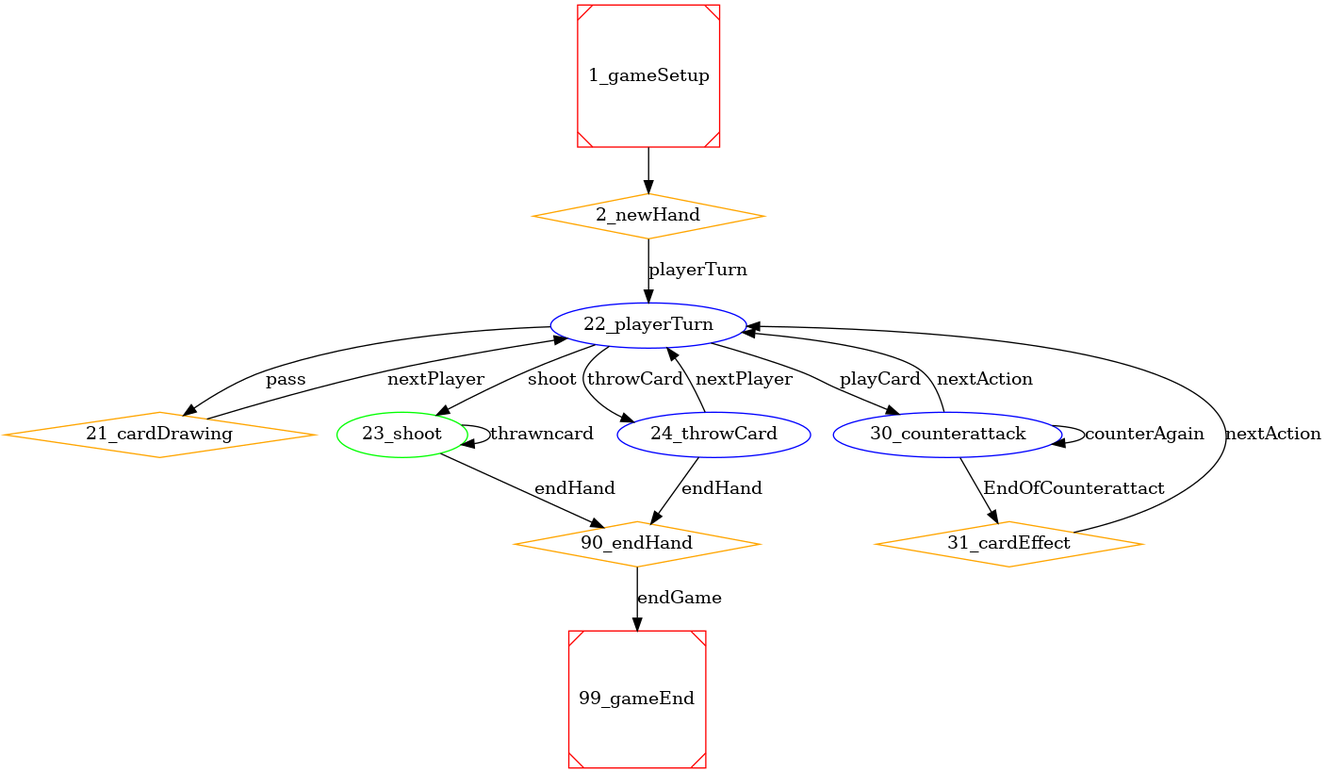
This is graph.png from Leocheung0725/bga-aniversus, a Graphviz export, as it was before one commit. Its source is kept beside it as graph.dot. Its diagram source:
```dot
digraph D {
n1 [label="1_gameSetup" color=red shape=Msquare];
n2 [label="2_newHand" color=orange shape=diamond];
n21 [label="21_cardDrawing" color=orange shape=diamond];
n22 [label="22_playerTurn" color=blue shape=ellipse];
n23 [label="23_shoot" color=green shape=ellipse];
n24 [label="24_throwCard" color=blue shape=ellipse];
n30 [label="30_counterattack" color=blue shape=ellipse];
n31 [label="31_cardEffect" color=orange shape=diamond];
n90 [label="90_endHand" color=orange shape=diamond];
n99 [label="99_gameEnd" color=red shape=Msquare];
n1 -> n2 [label=""];
n2 -> n22 [label="playerTurn"];
n21 -> n22 [label="nextPlayer"];
n22 -> n30 [label="playCard"];
n22 -> n21 [label="pass"];
n22 -> n23 [label="shoot"];
n22 -> n24 [label="throwCard"];
n23 -> n23 [label="thrawncard"];
n23 -> n90 [label="endHand"];
n24 -> n22 [label="nextPlayer"];
n24 -> n90 [label="endHand"];
n30 -> n22 [label="nextAction"];
n30 -> n30 [label="counterAgain"];
n30 -> n31 [label="EndOfCounterattact"];
n31 -> n22 [label="nextAction"];
n90 -> n99 [label="endGame"];
}
```
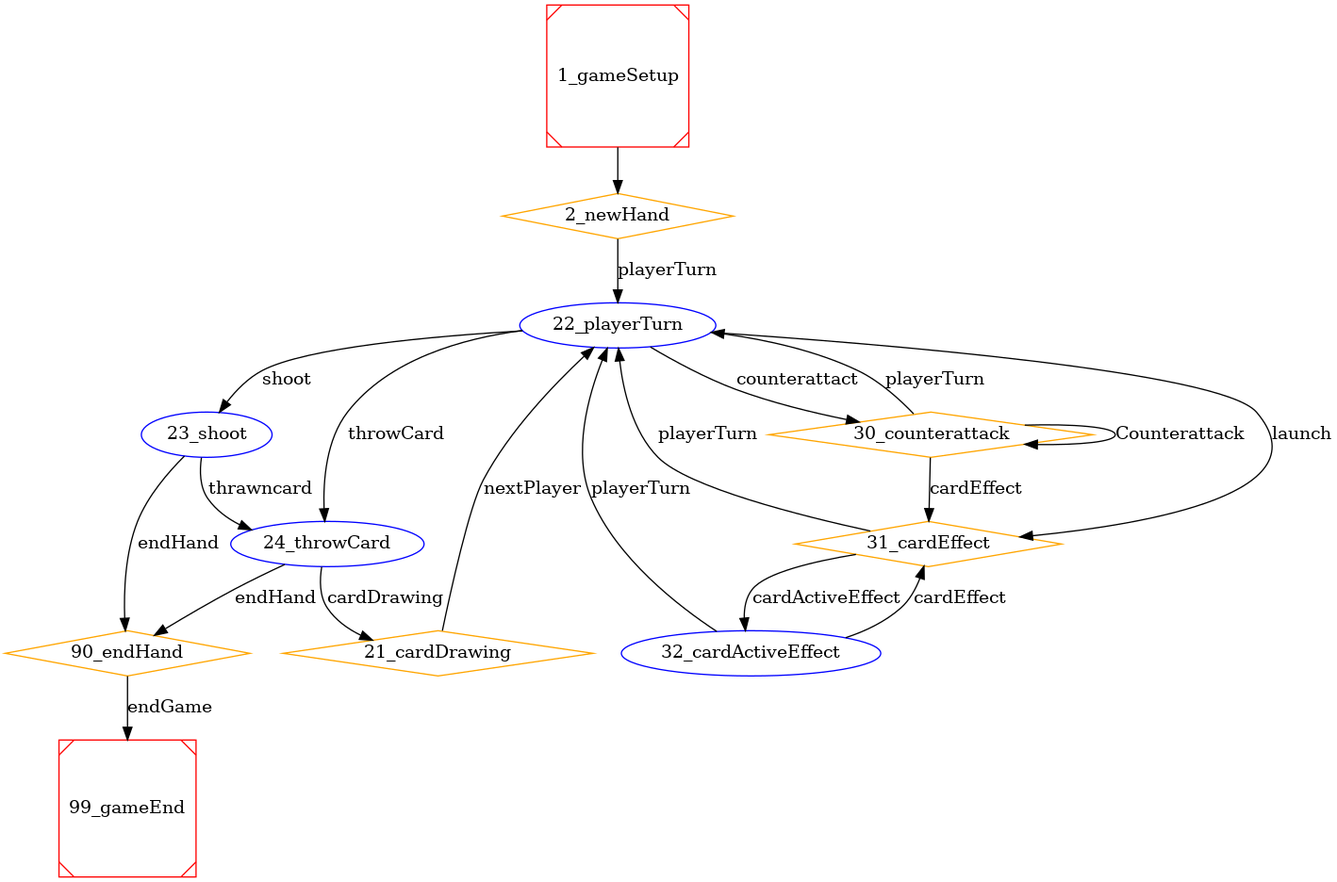
Later version of the same file.

The edit, as a diff of the source:
```diff
@@ -3,26 +3,30 @@
 n2 [label="2_newHand" color=orange shape=diamond];
 n21 [label="21_cardDrawing" color=orange shape=diamond];
 n22 [label="22_playerTurn" color=blue shape=ellipse];
-n23 [label="23_shoot" color=green shape=ellipse];
+n23 [label="23_shoot" color=blue shape=ellipse];
 n24 [label="24_throwCard" color=blue shape=ellipse];
-n30 [label="30_counterattack" color=blue shape=ellipse];
+n30 [label="30_counterattack" color=orange shape=diamond];
 n31 [label="31_cardEffect" color=orange shape=diamond];
+n32 [label="32_cardActiveEffect" color=blue shape=ellipse];
 n90 [label="90_endHand" color=orange shape=diamond];
 n99 [label="99_gameEnd" color=red shape=Msquare];
 n1 -> n2 [label=""];
 n2 -> n22 [label="playerTurn"];
 n21 -> n22 [label="nextPlayer"];
-n22 -> n30 [label="playCard"];
-n22 -> n21 [label="pass"];
+n22 -> n30 [label="counterattact"];
+n22 -> n31 [label="launch"];
 n22 -> n23 [label="shoot"];
 n22 -> n24 [label="throwCard"];
-n23 -> n23 [label="thrawncard"];
+n23 -> n24 [label="thrawncard"];
 n23 -> n90 [label="endHand"];
-n24 -> n22 [label="nextPlayer"];
+n24 -> n21 [label="cardDrawing"];
 n24 -> n90 [label="endHand"];
-n30 -> n22 [label="nextAction"];
-n30 -> n30 [label="counterAgain"];
-n30 -> n31 [label="EndOfCounterattact"];
-n31 -> n22 [label="nextAction"];
+n30 -> n22 [label="playerTurn"];
+n30 -> n30 [label="Counterattack"];
+n30 -> n31 [label="cardEffect"];
+n31 -> n22 [label="playerTurn"];
+n31 -> n32 [label="cardActiveEffect"];
+n32 -> n22 [label="playerTurn"];
+n32 -> n31 [label="cardEffect"];
 n90 -> n99 [label="endGame"];
 }
```
